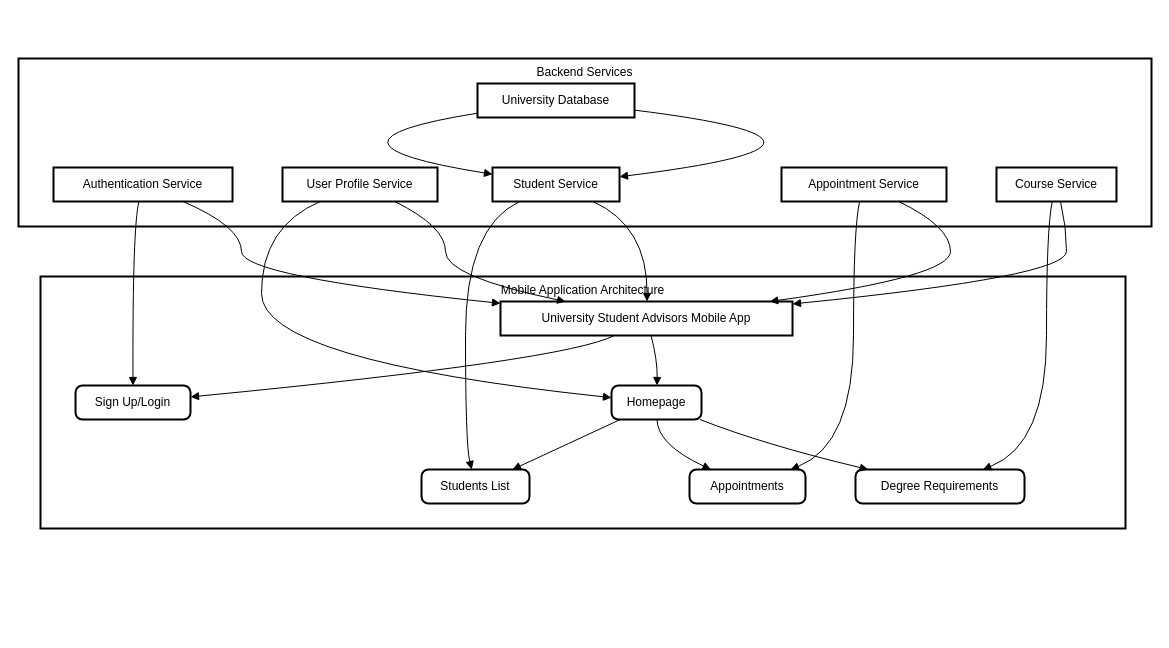
Earlier version of the draw.io diagram flowDiagram/Untitled Diagram.drawio (M0inUddin/Uqarar). Source tidied: cells renumbered, new cells numbered last; positions are measured from the earlier drawing's top-left corner, leaving out a move shared by most shapes. Both pictures are drawn from the tidied source at 100%, with x=0, y=0 at pixel (18, 58).
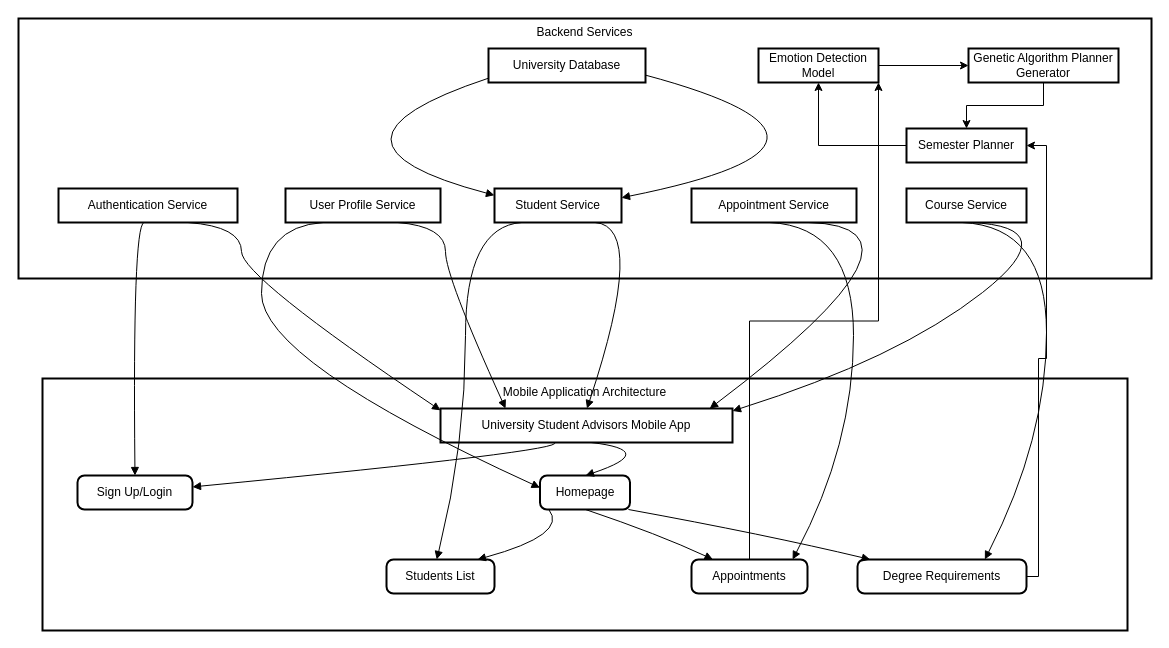
The same diagram, later.

What changed in the source:
```diff
@@
     <mxCell id="2" value="Backend Services" style="whiteSpace=wrap;strokeWidth=2;verticalAlign=top;" parent="1" vertex="1">
-      <mxGeometry width="1133" height="168" as="geometry" />
+      <mxGeometry y="-40" width="1133" height="260" as="geometry" />
     </mxCell>
     <mxCell id="3" value="Authentication Service" style="whiteSpace=wrap;strokeWidth=2;" parent="1" vertex="1">
-      <mxGeometry x="35" y="109" width="179" height="34" as="geometry" />
+      <mxGeometry x="40" y="130" width="179" height="34" as="geometry" />
     </mxCell>
     <mxCell id="4" value="User Profile Service" style="whiteSpace=wrap;strokeWidth=2;" parent="1" vertex="1">
-      <mxGeometry x="264" y="109" width="155" height="34" as="geometry" />
+      <mxGeometry x="267" y="130" width="155" height="34" as="geometry" />
     </mxCell>
     <mxCell id="5" value="Student Service" style="whiteSpace=wrap;strokeWidth=2;" parent="1" vertex="1">
-      <mxGeometry x="474" y="109" width="127" height="34" as="geometry" />
+      <mxGeometry x="476" y="130" width="127" height="34" as="geometry" />
     </mxCell>
     <mxCell id="6" value="Appointment Service" style="whiteSpace=wrap;strokeWidth=2;" parent="1" vertex="1">
-      <mxGeometry x="763" y="109" width="165" height="34" as="geometry" />
+      <mxGeometry x="673" y="130" width="165" height="34" as="geometry" />
     </mxCell>
     <mxCell id="7" value="Course Service" style="whiteSpace=wrap;strokeWidth=2;" parent="1" vertex="1">
-      <mxGeometry x="978" y="109" width="120" height="34" as="geometry" />
+      <mxGeometry x="888" y="130" width="120" height="34" as="geometry" />
     </mxCell>
     <mxCell id="8" value="University Database" style="whiteSpace=wrap;strokeWidth=2;" parent="1" vertex="1">
-      <mxGeometry x="459" y="25" width="157" height="34" as="geometry" />
+      <mxGeometry x="470" y="-10" width="157" height="34" as="geometry" />
     </mxCell>
     <mxCell id="9" value="Mobile Application Architecture" style="whiteSpace=wrap;strokeWidth=2;verticalAlign=top;" parent="1" vertex="1">
-      <mxGeometry x="22" y="218" width="1085" height="252" as="geometry" />
+      <mxGeometry x="24" y="320" width="1085" height="252" as="geometry" />
     </mxCell>
     <mxCell id="10" value="Sign Up/Login" style="rounded=1;absoluteArcSize=1;arcSize=14;whiteSpace=wrap;strokeWidth=2;" parent="1" vertex="1">
-      <mxGeometry x="57" y="327" width="115" height="34" as="geometry" />
+      <mxGeometry x="59" y="417" width="115" height="34" as="geometry" />
     </mxCell>
     <mxCell id="11" value="University Student Advisors Mobile App" style="whiteSpace=wrap;strokeWidth=2;" parent="1" vertex="1">
-      <mxGeometry x="482" y="243" width="292" height="34" as="geometry" />
+      <mxGeometry x="422" y="350" width="292" height="34" as="geometry" />
     </mxCell>
     <mxCell id="12" value="Homepage" style="rounded=1;absoluteArcSize=1;arcSize=14;whiteSpace=wrap;strokeWidth=2;" parent="1" vertex="1">
-      <mxGeometry x="593" y="327" width="90" height="34" as="geometry" />
+      <mxGeometry x="521.5" y="417" width="90" height="34" as="geometry" />
     </mxCell>
     <mxCell id="13" value="Students List" style="rounded=1;absoluteArcSize=1;arcSize=14;whiteSpace=wrap;strokeWidth=2;" parent="1" vertex="1">
-      <mxGeometry x="403" y="411" width="108" height="34" as="geometry" />
+      <mxGeometry x="368" y="501" width="108" height="34" as="geometry" />
     </mxCell>
+    <mxCell id="33" style="edgeStyle=orthogonalEdgeStyle;rounded=0;jettySize=auto;html=1;entryX=1;entryY=1;entryDx=0;entryDy=0;" parent="1" edge="1" source="14" target="38">
+      <mxGeometry relative="1" as="geometry" />
+    </mxCell>
     <mxCell id="14" value="Appointments" style="rounded=1;absoluteArcSize=1;arcSize=14;whiteSpace=wrap;strokeWidth=2;" parent="1" vertex="1">
-      <mxGeometry x="671" y="411" width="116" height="34" as="geometry" />
+      <mxGeometry x="673" y="501" width="116" height="34" as="geometry" />
     </mxCell>
+    <mxCell id="34" style="edgeStyle=orthogonalEdgeStyle;rounded=0;jettySize=auto;html=1;entryX=1;entryY=0.5;entryDx=0;entryDy=0;" parent="1" edge="1" source="15" target="36">
+      <mxGeometry relative="1" as="geometry">
+        <Array as="points">
+          <mxPoint x="1020" y="518" />
+          <mxPoint x="1020" y="300" />
+          <mxPoint x="1028" y="300" />
+          <mxPoint x="1028" y="87" />
+        </Array>
+      </mxGeometry>
+    </mxCell>
     <mxCell id="15" value="Degree Requirements" style="rounded=1;absoluteArcSize=1;arcSize=14;whiteSpace=wrap;strokeWidth=2;" parent="1" vertex="1">
-      <mxGeometry x="837" y="411" width="169" height="34" as="geometry" />
+      <mxGeometry x="839" y="501" width="169" height="34" as="geometry" />
     </mxCell>
     <mxCell id="16" style="curved=1;startArrow=none;endArrow=block;exitX=0.3900206205662915;exitY=1;entryX=0.999116847826087;entryY=0.33638075606621703;" parent="1" edge="1" source="11" target="10">
       <mxGeometry relative="1" as="geometry">
         <Array as="points">
-          <mxPoint x="548" y="302" />
+          <mxPoint x="550" y="392" />
         </Array>
       </mxGeometry>
     </mxCell>
     <mxCell id="17" style="curved=1;startArrow=none;endArrow=block;exitX=0.515634236892531;exitY=1;entryX=0.5057508680555556;entryY=0;" parent="1" edge="1" source="11" target="12">
       <mxGeometry relative="1" as="geometry">
         <Array as="points">
-          <mxPoint x="639" y="302" />
+          <mxPoint x="641" y="392" />
         </Array>
       </mxGeometry>
     </mxCell>
     <mxCell id="18" style="curved=1;startArrow=none;endArrow=block;exitX=0.09820446841931194;exitY=1;entryX=0.8422080818727956;entryY=0;" parent="1" edge="1" source="12" target="13">
       <mxGeometry relative="1" as="geometry">
         <Array as="points">
-          <mxPoint x="548" y="386" />
+          <mxPoint x="550" y="476" />
         </Array>
       </mxGeometry>
     </mxCell>
     <mxCell id="19" style="curved=1;startArrow=none;endArrow=block;exitX=0.5057508680555556;exitY=1;entryX=0.1849788170925696;entryY=0;" parent="1" edge="1" source="12" target="14">
       <mxGeometry relative="1" as="geometry">
         <Array as="points">
-          <mxPoint x="639" y="386" />
+          <mxPoint x="641" y="476" />
         </Array>
       </mxGeometry>
     </mxCell>
     <mxCell id="20" style="curved=1;startArrow=none;endArrow=block;exitX=0.982813016699735;exitY=1;entryX=0.07555935650887574;entryY=0;" parent="1" edge="1" source="12" target="15">
       <mxGeometry relative="1" as="geometry">
         <Array as="points">
-          <mxPoint x="745" y="386" />
+          <mxPoint x="747" y="476" />
         </Array>
       </mxGeometry>
     </mxCell>
@@
     <mxCell id="25" style="curved=1;startArrow=none;endArrow=block;exitX=0.46487475198412653;exitY=1;entryX=0.7535102867885322;entryY=0;" parent="1" edge="1" source="7" target="15">
       <mxGeometry relative="1" as="geometry">
         <Array as="points">
           <mxPoint x="1028" y="168" />
-          <mxPoint x="1028" y="386" />
+          <mxPoint x="1028" y="380" />
         </Array>
       </mxGeometry>
     </mxCell>
@@
     <mxCell id="30" style="curved=1;startArrow=none;endArrow=block;exitX=0.7101322939213567;exitY=1;entryX=0.9218716556078768;entryY=0;" parent="1" edge="1" source="6" target="11">
       <mxGeometry relative="1" as="geometry">
         <Array as="points">
           <mxPoint x="932" y="168" />
-          <mxPoint x="932" y="218" />
         </Array>
       </mxGeometry>
     </mxCell>
     <mxCell id="31" style="curved=1;startArrow=none;endArrow=block;exitX=0.533323257688492;exitY=1;entryX=1.0025885595034247;entryY=0.06930658083955332;" parent="1" edge="1" source="7" target="11">
       <mxGeometry relative="1" as="geometry">
         <Array as="points">
           <mxPoint x="1048" y="168" />
-          <mxPoint x="1048" y="218" />
+          <mxPoint x="880" y="300" />
         </Array>
       </mxGeometry>
     </mxCell>
@@
+    <mxCell id="35" style="edgeStyle=orthogonalEdgeStyle;rounded=0;jettySize=auto;html=1;" parent="1" edge="1" source="36" target="38">
+      <mxGeometry relative="1" as="geometry" />
+    </mxCell>
+    <mxCell id="36" value="Semester Planner" style="whiteSpace=wrap;strokeWidth=2;" parent="1" vertex="1">
+      <mxGeometry x="888" y="70" width="120" height="34" as="geometry" />
+    </mxCell>
+    <mxCell id="37" style="edgeStyle=orthogonalEdgeStyle;rounded=0;jettySize=auto;html=1;" parent="1" edge="1" source="38" target="40">
+      <mxGeometry relative="1" as="geometry" />
+    </mxCell>
+    <mxCell id="38" value="Emotion Detection&#10;Model" style="whiteSpace=wrap;strokeWidth=2;" parent="1" vertex="1">
+      <mxGeometry x="740" y="-10" width="120" height="34" as="geometry" />
+    </mxCell>
+    <mxCell id="39" style="edgeStyle=orthogonalEdgeStyle;rounded=0;jettySize=auto;html=1;" parent="1" edge="1" source="40" target="36">
+      <mxGeometry relative="1" as="geometry" />
+    </mxCell>
+    <mxCell id="40" value="Genetic Algorithm Planner Generator" style="whiteSpace=wrap;strokeWidth=2;" parent="1" vertex="1">
+      <mxGeometry x="950" y="-10" width="150" height="34" as="geometry" />
+    </mxCell>
```
